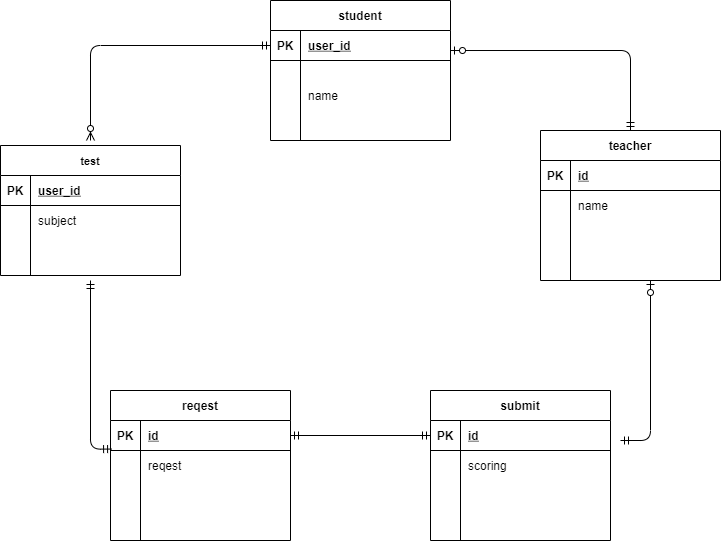
This is index.drawio.png from kgrkgr/datebase, a draw.io export, as it was before one commit. Source tidied: cells renumbered, new cells last; positions are measured from the earlier drawing's top-left corner, leaving out a move shared by most shapes.
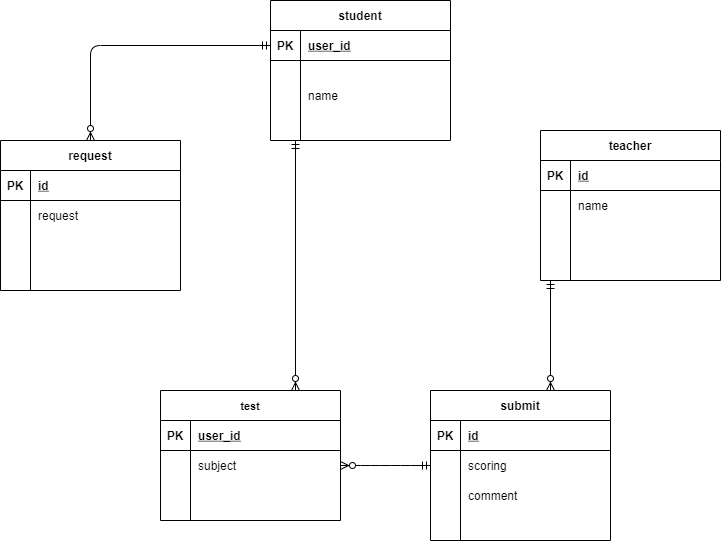
After the change.

Diff of the diagram source:
```diff
@@ -68,7 +68,7 @@
     <mxCell id="23" style="shape=partialRectangle;fillColor=none;top=0;left=0;bottom=0;right=0;overflow=hidden;" parent="22" vertex="1">
       <mxGeometry width="30" height="30" as="geometry" />
     </mxCell>
-    <mxCell id="24" style="shape=partialRectangle;fillColor=none;top=0;left=0;bottom=0;right=0;align=left;spacingLeft=6;overflow=hidden;" parent="22" vertex="1">
+    <mxCell id="24" value="comment" style="shape=partialRectangle;fillColor=none;top=0;left=0;bottom=0;right=0;align=left;spacingLeft=6;overflow=hidden;" parent="22" vertex="1">
       <mxGeometry x="30" width="150" height="30" as="geometry" />
     </mxCell>
     <mxCell id="25" style="shape=partialRectangle;fillColor=none;top=0;left=0;bottom=0;right=0;" parent="15" vertex="1">
@@ -81,7 +81,7 @@
       <mxGeometry x="30" width="150" height="20" as="geometry" />
     </mxCell>
     <mxCell id="28" value="test" style="shape=table;startSize=30;rowLines=0;fontStyle=1;align=center;fontSize=11;" parent="1" vertex="1">
-      <mxGeometry y="145" width="180" height="130" as="geometry" />
+      <mxGeometry x="160" y="390" width="180" height="130" as="geometry" />
     </mxCell>
     <mxCell id="29" style="shape=partialRectangle;fillColor=none;top=0;left=0;bottom=1;right=0;" parent="28" vertex="1">
       <mxGeometry y="30" width="180" height="30" as="geometry" />
@@ -110,8 +110,8 @@
     <mxCell id="37" style="shape=partialRectangle;fillColor=none;top=0;left=0;bottom=0;right=0;align=left;spacingLeft=6;overflow=hidden;" parent="35" vertex="1">
       <mxGeometry x="30" width="150" height="30" as="geometry" />
     </mxCell>
-    <mxCell id="38" value="reqest" style="shape=table;startSize=30;rowLines=0;fontStyle=1;align=center;" parent="1" vertex="1">
-      <mxGeometry x="110" y="390" width="180" height="150" as="geometry" />
+    <mxCell id="38" value="request" style="shape=table;startSize=30;rowLines=0;fontStyle=1;align=center;" parent="1" vertex="1">
+      <mxGeometry y="140" width="180" height="150" as="geometry" />
     </mxCell>
     <mxCell id="39" style="shape=partialRectangle;fillColor=none;top=0;left=0;bottom=1;right=0;points=[[0,0.5],[1,0.5]];portConstraint=eastwest;" parent="38" vertex="1">
       <mxGeometry y="30" width="180" height="30" as="geometry" />
@@ -128,7 +128,7 @@
     <mxCell id="43" style="shape=partialRectangle;fillColor=none;top=0;left=0;bottom=0;right=0;overflow=hidden;" parent="42" vertex="1">
       <mxGeometry width="30" height="30" as="geometry" />
     </mxCell>
-    <mxCell id="44" value="reqest" style="shape=partialRectangle;fillColor=none;top=0;left=0;bottom=0;right=0;align=left;spacingLeft=6;overflow=hidden;" parent="42" vertex="1">
+    <mxCell id="44" value="request" style="shape=partialRectangle;fillColor=none;top=0;left=0;bottom=0;right=0;align=left;spacingLeft=6;overflow=hidden;" parent="42" vertex="1">
       <mxGeometry x="30" width="150" height="30" as="geometry" />
     </mxCell>
     <mxCell id="45" style="shape=partialRectangle;fillColor=none;top=0;left=0;bottom=0;right=0;" parent="38" vertex="1">
@@ -193,24 +193,19 @@
         <mxPoint x="90" y="140" as="targetPoint" />
       </mxGeometry>
     </mxCell>
-    <mxCell id="65" style="edgeStyle=orthogonalEdgeStyle;fontSize=12;html=1;endArrow=ERmandOne;startArrow=ERmandOne;exitX=0.006;exitY=0.952;exitDx=0;exitDy=0;exitPerimeter=0;" parent="1" edge="1" source="39">
-      <mxGeometry relative="1" as="geometry">
-        <mxPoint x="90" y="280" as="targetPoint" />
-      </mxGeometry>
-    </mxCell>
-    <mxCell id="66" style="fontSize=12;html=1;endArrow=ERmandOne;startArrow=ERmandOne;exitX=1;exitY=0.5;exitDx=0;exitDy=0;" parent="1" edge="1" source="39">
-      <mxGeometry relative="1" as="geometry">
-        <mxPoint x="430" y="435" as="targetPoint" />
-      </mxGeometry>
-    </mxCell>
-    <mxCell id="67" style="fontSize=12;html=1;endArrow=ERzeroToOne;startArrow=ERmandOne;edgeStyle=orthogonalEdgeStyle;" parent="1" edge="1">
-      <mxGeometry relative="1" as="geometry">
-        <mxPoint x="620" y="440" as="sourcePoint" />
-        <mxPoint x="650" y="280" as="targetPoint" />
-      </mxGeometry>
-    </mxCell>
-    <mxCell id="68" style="edgeStyle=orthogonalEdgeStyle;fontSize=12;html=1;endArrow=ERzeroToOne;startArrow=ERmandOne;entryX=1;entryY=0.667;entryDx=0;entryDy=0;entryPerimeter=0;exitX=0.5;exitY=0;exitDx=0;exitDy=0;" parent="1" edge="1" source="51" target="3">
-      <mxGeometry relative="1" as="geometry" />
+    <mxCell id="68" style="fontSize=12;html=1;endArrow=ERzeroToMany;startArrow=ERmandOne;entryX=0.75;entryY=0;entryDx=0;entryDy=0;" parent="1" edge="1" target="28">
+      <mxGeometry relative="1" as="geometry">
+        <mxPoint x="295" y="140" as="sourcePoint" />
+      </mxGeometry>
     </mxCell>
+    <mxCell id="69" style="edgeStyle=entityRelationEdgeStyle;fontSize=12;html=1;endArrow=ERzeroToMany;startArrow=ERmandOne;entryX=1;entryY=0.5;entryDx=0;entryDy=0;exitX=0;exitY=0.5;exitDx=0;exitDy=0;" parent="1" edge="1" source="19" target="32">
+      <mxGeometry relative="1" as="geometry" />
+    </mxCell>
+    <mxCell id="70" style="fontSize=12;html=1;endArrow=ERzeroToMany;startArrow=ERmandOne;" parent="1" edge="1">
+      <mxGeometry relative="1" as="geometry">
+        <mxPoint x="550" y="280" as="sourcePoint" />
+        <mxPoint x="550" y="390" as="targetPoint" />
+      </mxGeometry>
+    </mxCell>
   </root>
 </mxGraphModel>
```
